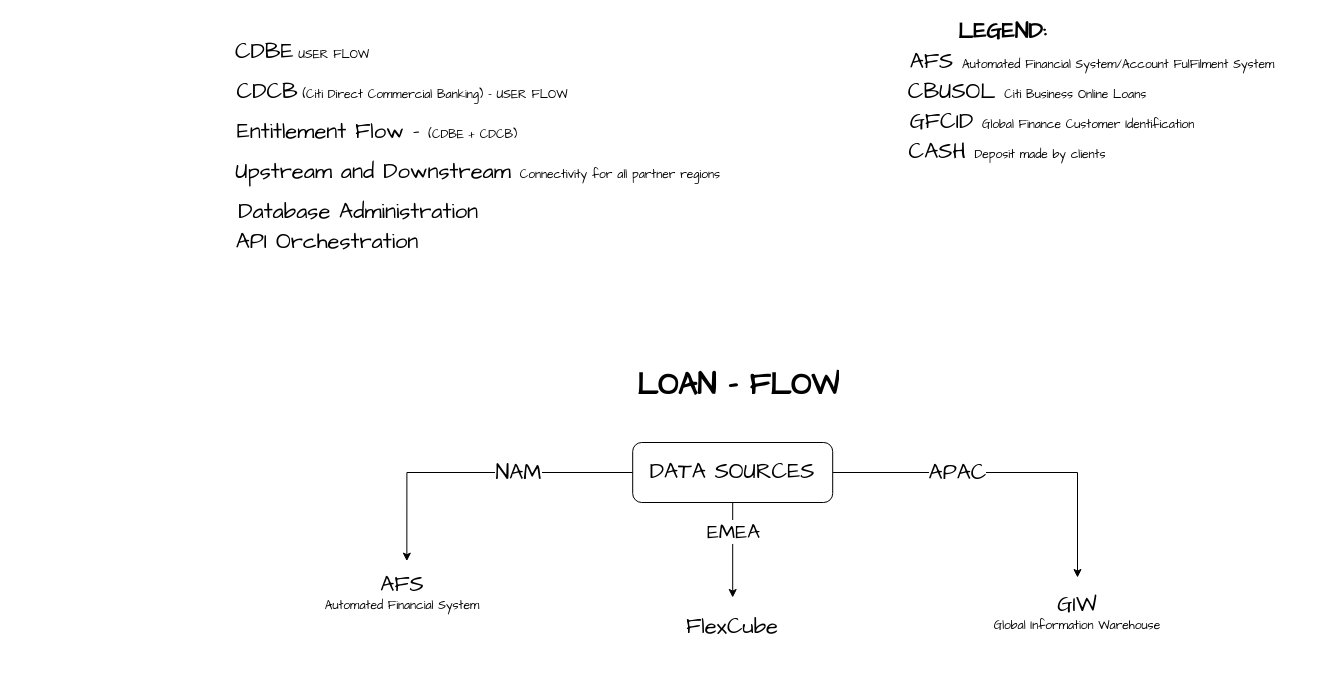
This is Loan Flow.drawio from hanisntsolo/draw.ios, a draw.io file, before an edit. Source tidied: cells renumbered, new cells numbered last; positions are measured from the earlier drawing's top-left corner, leaving out a move shared by most shapes. Both pictures are drawn from the tidied source at 100%, with x=0, y=0 at pixel (17, 17).
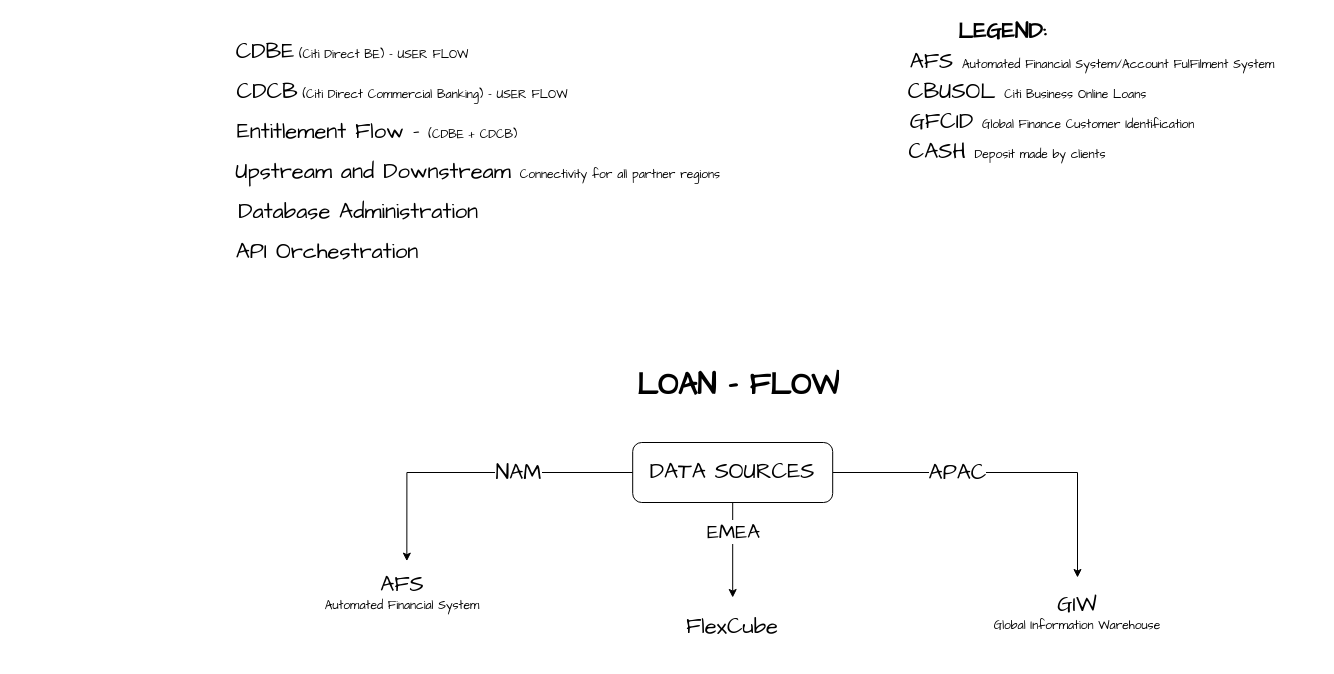
The same page after the edit.

Diff of the diagram source:
```diff
@@
     <mxCell id="13" value="&lt;font style=&quot;&quot;&gt;&lt;span style=&quot;font-size: 22px;&quot;&gt;API Orchestration&lt;/span&gt;&lt;br&gt;&lt;/font&gt;" style="text;html=1;strokeColor=none;fillColor=none;align=center;verticalAlign=middle;whiteSpace=wrap;rounded=0;fontFamily=Architects Daughter;" parent="1" vertex="1">
-      <mxGeometry y="210" width="620" height="30" as="geometry" />
+      <mxGeometry y="220" width="620" height="30" as="geometry" />
     </mxCell>
@@
-    <mxCell id="17" value="&lt;font style=&quot;&quot;&gt;&lt;font style=&quot;font-size: 22px;&quot;&gt;CDBE&lt;/font&gt;&lt;font style=&quot;font-size: 12px;&quot;&gt;&amp;nbsp;USER FLOW&lt;/font&gt;&lt;br&gt;&lt;/font&gt;" style="text;html=1;strokeColor=none;fillColor=none;align=center;verticalAlign=middle;whiteSpace=wrap;rounded=0;fontFamily=Architects Daughter;" parent="1" vertex="1">
-      <mxGeometry x="140" y="20" width="290" height="30" as="geometry" />
+    <mxCell id="17" value="&lt;font style=&quot;&quot;&gt;&lt;font style=&quot;font-size: 22px;&quot;&gt;CDBE&lt;/font&gt;&lt;font style=&quot;font-size: 12px;&quot;&gt;&amp;nbsp;(Citi Direct BE) - USER FLOW&lt;/font&gt;&lt;br&gt;&lt;/font&gt;" style="text;html=1;strokeColor=none;fillColor=none;align=center;verticalAlign=middle;whiteSpace=wrap;rounded=0;fontFamily=Architects Daughter;" parent="1" vertex="1">
+      <mxGeometry x="190" y="20" width="290" height="30" as="geometry" />
     </mxCell>
```
